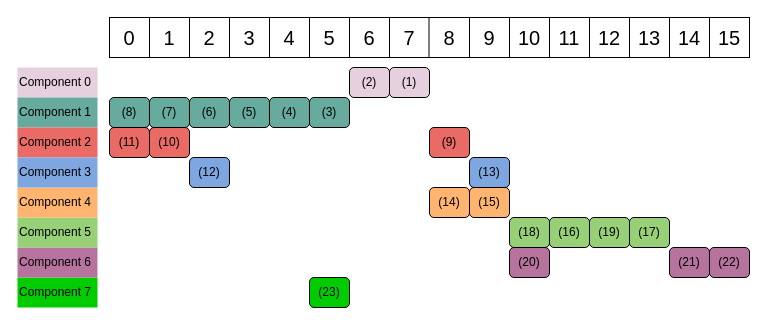
This is images/connected-components-1.drawio from zpz/zpz.github.io, a draw.io file, before an edit. Source tidied: cells renumbered, new cells numbered last; positions are measured from the earlier drawing's top-left corner, leaving out a move shared by most shapes. Both pictures are drawn from the tidied source at 100%, with x=0, y=0 at pixel (17, 17).
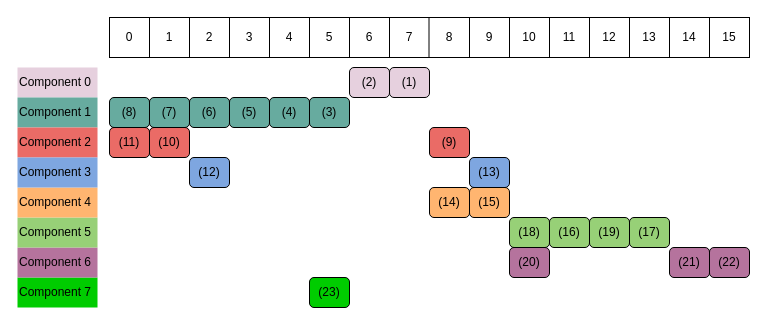
The same page after the edit.

The edit, as a diff of the source:
```diff
@@
-    <mxCell id="18" value="0" style="text;html=1;strokeColor=none;fillColor=none;align=center;verticalAlign=middle;whiteSpace=wrap;rounded=0;fontSize=20;" parent="1" vertex="1">
+    <mxCell id="18" value="0" style="text;html=1;strokeColor=none;fillColor=none;align=center;verticalAlign=middle;whiteSpace=wrap;rounded=0;fontSize=12;" parent="1" vertex="1">
       <mxGeometry x="92" width="40" height="40" as="geometry" />
     </mxCell>
-    <mxCell id="19" value="1" style="text;html=1;strokeColor=none;fillColor=none;align=center;verticalAlign=middle;whiteSpace=wrap;rounded=0;fontSize=20;" parent="1" vertex="1">
+    <mxCell id="19" value="1" style="text;html=1;strokeColor=none;fillColor=none;align=center;verticalAlign=middle;whiteSpace=wrap;rounded=0;fontSize=12;" parent="1" vertex="1">
       <mxGeometry x="132" width="40" height="40" as="geometry" />
     </mxCell>
-    <mxCell id="20" value="15" style="text;html=1;strokeColor=none;fillColor=none;align=center;verticalAlign=middle;whiteSpace=wrap;rounded=0;fontSize=20;" parent="1" vertex="1">
+    <mxCell id="20" value="15" style="text;html=1;strokeColor=none;fillColor=none;align=center;verticalAlign=middle;whiteSpace=wrap;rounded=0;fontSize=12;" parent="1" vertex="1">
       <mxGeometry x="692" width="40" height="40" as="geometry" />
     </mxCell>
-    <mxCell id="21" value="14" style="text;html=1;strokeColor=none;fillColor=none;align=center;verticalAlign=middle;whiteSpace=wrap;rounded=0;fontSize=20;" parent="1" vertex="1">
+    <mxCell id="21" value="14" style="text;html=1;strokeColor=none;fillColor=none;align=center;verticalAlign=middle;whiteSpace=wrap;rounded=0;fontSize=12;" parent="1" vertex="1">
       <mxGeometry x="652" width="40" height="40" as="geometry" />
     </mxCell>
-    <mxCell id="22" value="2" style="text;html=1;strokeColor=none;fillColor=none;align=center;verticalAlign=middle;whiteSpace=wrap;rounded=0;fontSize=20;" parent="1" vertex="1">
+    <mxCell id="22" value="2" style="text;html=1;strokeColor=none;fillColor=none;align=center;verticalAlign=middle;whiteSpace=wrap;rounded=0;fontSize=12;" parent="1" vertex="1">
       <mxGeometry x="172" width="40" height="40" as="geometry" />
     </mxCell>
-    <mxCell id="23" value="13" style="text;html=1;strokeColor=none;fillColor=none;align=center;verticalAlign=middle;whiteSpace=wrap;rounded=0;fontSize=20;" parent="1" vertex="1">
+    <mxCell id="23" value="13" style="text;html=1;strokeColor=none;fillColor=none;align=center;verticalAlign=middle;whiteSpace=wrap;rounded=0;fontSize=12;" parent="1" vertex="1">
       <mxGeometry x="612" width="40" height="40" as="geometry" />
     </mxCell>
-    <mxCell id="24" value="12" style="text;html=1;strokeColor=none;fillColor=none;align=center;verticalAlign=middle;whiteSpace=wrap;rounded=0;fontSize=20;" parent="1" vertex="1">
+    <mxCell id="24" value="12" style="text;html=1;strokeColor=none;fillColor=none;align=center;verticalAlign=middle;whiteSpace=wrap;rounded=0;fontSize=12;" parent="1" vertex="1">
       <mxGeometry x="572" width="40" height="40" as="geometry" />
     </mxCell>
-    <mxCell id="25" value="3" style="text;html=1;strokeColor=none;fillColor=none;align=center;verticalAlign=middle;whiteSpace=wrap;rounded=0;fontSize=20;" parent="1" vertex="1">
+    <mxCell id="25" value="3" style="text;html=1;strokeColor=none;fillColor=none;align=center;verticalAlign=middle;whiteSpace=wrap;rounded=0;fontSize=12;" parent="1" vertex="1">
       <mxGeometry x="212" width="40" height="40" as="geometry" />
     </mxCell>
-    <mxCell id="26" value="4" style="text;html=1;strokeColor=none;fillColor=none;align=center;verticalAlign=middle;whiteSpace=wrap;rounded=0;fontSize=20;" parent="1" vertex="1">
+    <mxCell id="26" value="4" style="text;html=1;strokeColor=none;fillColor=none;align=center;verticalAlign=middle;whiteSpace=wrap;rounded=0;fontSize=12;" parent="1" vertex="1">
       <mxGeometry x="252" width="40" height="40" as="geometry" />
     </mxCell>
-    <mxCell id="27" value="5" style="text;html=1;strokeColor=none;fillColor=none;align=center;verticalAlign=middle;whiteSpace=wrap;rounded=0;fontSize=20;" parent="1" vertex="1">
+    <mxCell id="27" value="5" style="text;html=1;strokeColor=none;fillColor=none;align=center;verticalAlign=middle;whiteSpace=wrap;rounded=0;fontSize=12;" parent="1" vertex="1">
       <mxGeometry x="292" width="40" height="40" as="geometry" />
     </mxCell>
-    <mxCell id="28" value="6" style="text;html=1;strokeColor=none;fillColor=none;align=center;verticalAlign=middle;whiteSpace=wrap;rounded=0;fontSize=20;" parent="1" vertex="1">
+    <mxCell id="28" value="6" style="text;html=1;strokeColor=none;fillColor=none;align=center;verticalAlign=middle;whiteSpace=wrap;rounded=0;fontSize=12;" parent="1" vertex="1">
       <mxGeometry x="332" width="40" height="40" as="geometry" />
     </mxCell>
-    <mxCell id="29" value="7" style="text;html=1;strokeColor=none;fillColor=none;align=center;verticalAlign=middle;whiteSpace=wrap;rounded=0;fontSize=20;" parent="1" vertex="1">
+    <mxCell id="29" value="7" style="text;html=1;strokeColor=none;fillColor=none;align=center;verticalAlign=middle;whiteSpace=wrap;rounded=0;fontSize=12;" parent="1" vertex="1">
       <mxGeometry x="372" width="40" height="40" as="geometry" />
     </mxCell>
-    <mxCell id="30" value="8" style="text;html=1;strokeColor=none;fillColor=none;align=center;verticalAlign=middle;whiteSpace=wrap;rounded=0;fontSize=20;" parent="1" vertex="1">
+    <mxCell id="30" value="8" style="text;html=1;strokeColor=none;fillColor=none;align=center;verticalAlign=middle;whiteSpace=wrap;rounded=0;fontSize=12;" parent="1" vertex="1">
       <mxGeometry x="412" width="40" height="40" as="geometry" />
     </mxCell>
-    <mxCell id="31" value="11" style="text;html=1;strokeColor=none;fillColor=none;align=center;verticalAlign=middle;whiteSpace=wrap;rounded=0;fontSize=20;" parent="1" vertex="1">
+    <mxCell id="31" value="11" style="text;html=1;strokeColor=none;fillColor=none;align=center;verticalAlign=middle;whiteSpace=wrap;rounded=0;fontSize=12;" parent="1" vertex="1">
       <mxGeometry x="532" width="40" height="40" as="geometry" />
     </mxCell>
-    <mxCell id="32" value="10" style="text;html=1;strokeColor=none;fillColor=none;align=center;verticalAlign=middle;whiteSpace=wrap;rounded=0;fontSize=20;" parent="1" vertex="1">
+    <mxCell id="32" value="10" style="text;html=1;strokeColor=none;fillColor=none;align=center;verticalAlign=middle;whiteSpace=wrap;rounded=0;fontSize=12;" parent="1" vertex="1">
       <mxGeometry x="492" width="40" height="40" as="geometry" />
     </mxCell>
-    <mxCell id="33" value="9" style="text;html=1;strokeColor=none;fillColor=none;align=center;verticalAlign=middle;whiteSpace=wrap;rounded=0;fontSize=20;" parent="1" vertex="1">
+    <mxCell id="33" value="9" style="text;html=1;strokeColor=none;fillColor=none;align=center;verticalAlign=middle;whiteSpace=wrap;rounded=0;fontSize=12;" parent="1" vertex="1">
       <mxGeometry x="452" width="40" height="40" as="geometry" />
     </mxCell>
```
